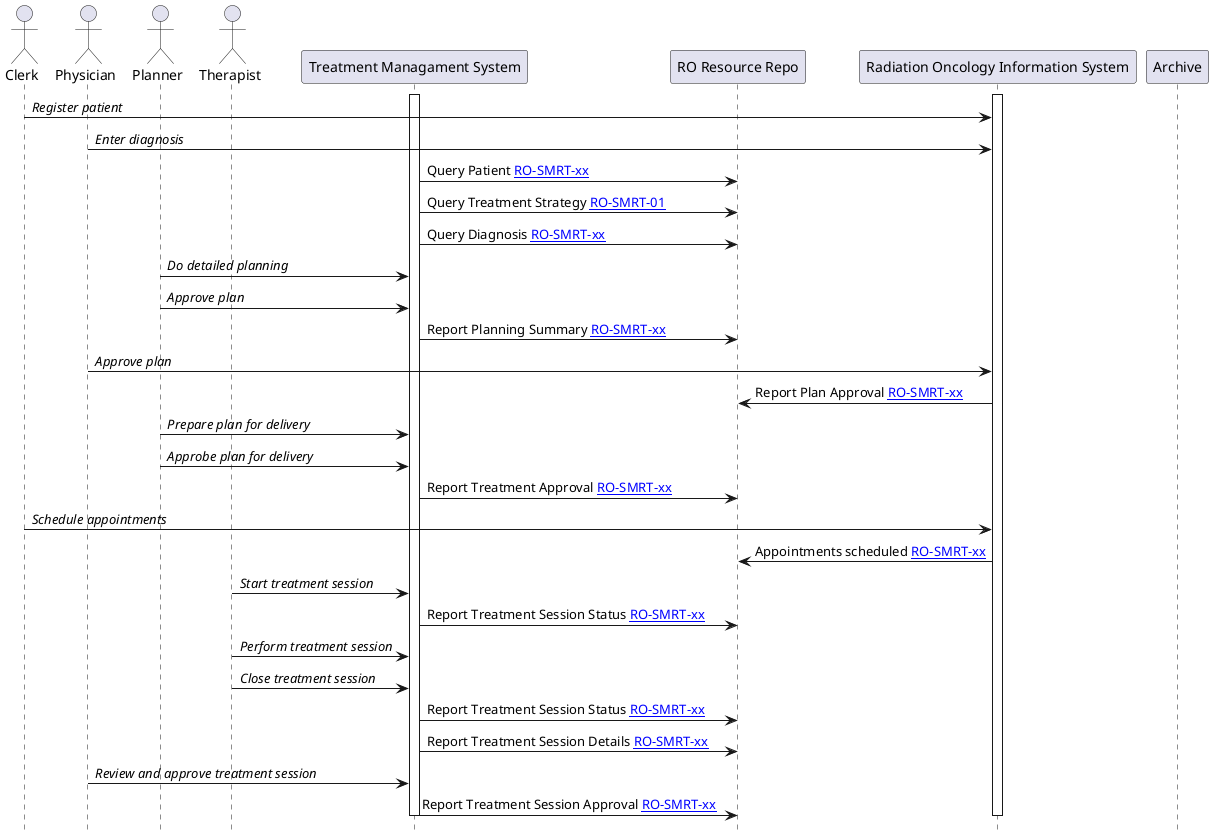
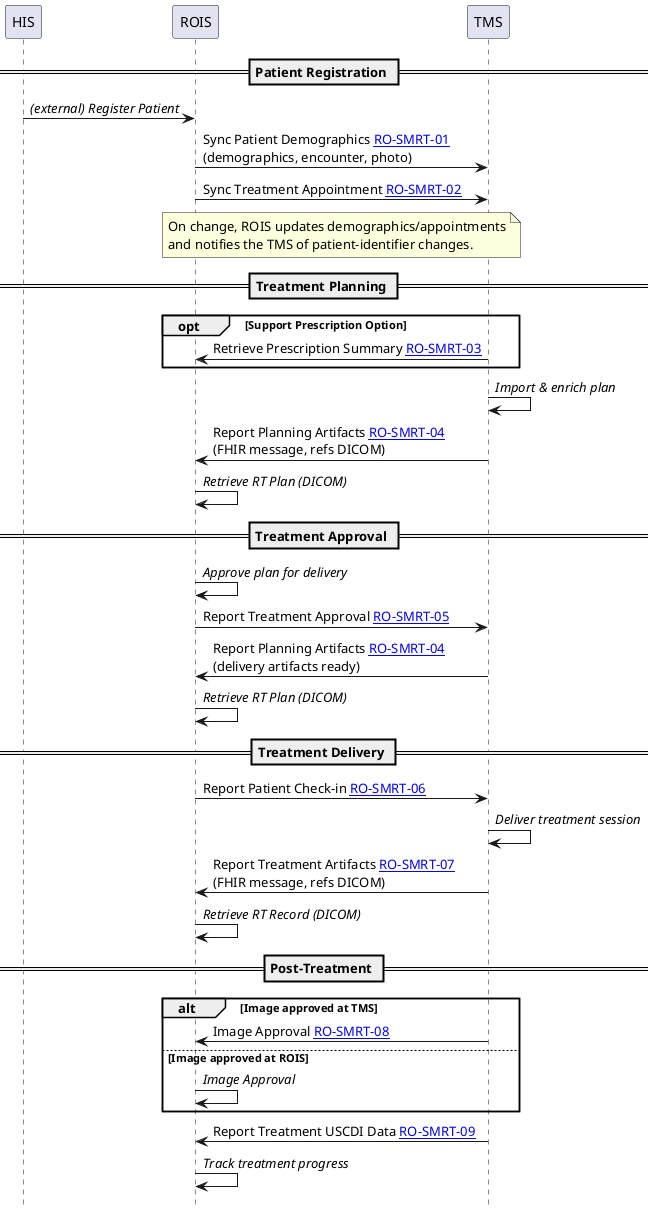
@startuml
skinparam svgDimensionStyle true
hide footbox

- actor "Clerk" as Clerk
- actor "Physician" as Physician
- actor "Planner" as Planner
- actor "Therapist" as Therapist
+ participant "HIS" as HIS
+ participant "ROIS" as ROIS
+ participant "TMS" as TMS

- participant "Treatment Managament System" as TMS
- participant "RO Resource Repo" as REPO
- participant "Radiation Oncology Information System" as ROIS
- participant "Archive" as ARCH
+ == Patient Registration ==
+ HIS -> ROIS : //(external) Register Patient//
+ ROIS -> TMS : Sync Patient Demographics [[RO-SMRT-01.html RO-SMRT-01]]\n(demographics, encounter, photo)
+ ROIS -> TMS : Sync Treatment Appointment [[RO-SMRT-01.html RO-SMRT-02]]
+ note over ROIS, TMS: On change, ROIS updates demographics/appointments\nand notifies the TMS of patient-identifier changes.

- activate "TMS"
- activate "ROIS"
- Clerk -> ROIS : //Register patient//
- Physician -> ROIS : //Enter diagnosis//
- TMS -> REPO : Query Patient [[RO-SMRT-xx.html RO-SMRT-xx]]
- TMS -> REPO : Query Treatment Strategy [[RO-SMRT-01.html RO-SMRT-01]]
- TMS -> REPO : Query Diagnosis [[RO-SMRT-xx.html RO-SMRT-xx]]
- Planner -> TMS : //Do detailed planning//
- Planner -> TMS : //Approve plan//
- TMS -> REPO : Report Planning Summary [[RO-SMRT-xx.html RO-SMRT-xx]]
- Physician -> ROIS : //Approve plan//
- ROIS -> REPO : Report Plan Approval [[RO-SMRT-xx.html RO-SMRT-xx]]
- Planner -> TMS : //Prepare plan for delivery//
- Planner -> TMS : //Approbe plan for delivery//
- TMS -> REPO : Report Treatment Approval [[RO-SMRT-xx.html RO-SMRT-xx]]
- Clerk -> ROIS : //Schedule appointments//
- ROIS -> REPO : Appointments scheduled [[RO-SMRT-xx.html RO-SMRT-xx]]
- Therapist -> TMS : //Start treatment session//
- TMS -> REPO : Report Treatment Session Status [[RO-SMRT-xx.html RO-SMRT-xx]]
- Therapist -> TMS : //Perform treatment session//
- Therapist -> TMS : //Close treatment session//
- TMS -> REPO : Report Treatment Session Status [[RO-SMRT-xx.html RO-SMRT-xx]]
- TMS -> REPO : Report Treatment Session Details [[RO-SMRT-xx.html RO-SMRT-xx]]
- Physician -> TMS : //Review and approve treatment session//
- TMS -> REPO : Report Treatment Session Approval [[RO-SMRT-xx.html RO-SMRT-xx]]
- deactivate "TMS"
- deactivate "ROIS"
+ == Treatment Planning ==
+ opt Support Prescription Option
+   TMS -> ROIS : Retrieve Prescription Summary [[RO-SMRT-01.html RO-SMRT-03]]
+ end
+ TMS -> TMS : //Import & enrich plan//
+ TMS -> ROIS : Report Planning Artifacts [[RO-SMRT-01.html RO-SMRT-04]]\n(FHIR message, refs DICOM)
+ ROIS -> ROIS : //Retrieve RT Plan (DICOM)//
+ 
+ == Treatment Approval ==
+ ROIS -> ROIS : //Approve plan for delivery//
+ ROIS -> TMS : Report Treatment Approval [[RO-SMRT-01.html RO-SMRT-05]]
+ TMS -> ROIS : Report Planning Artifacts [[RO-SMRT-01.html RO-SMRT-04]]\n(delivery artifacts ready)
+ ROIS -> ROIS : //Retrieve RT Plan (DICOM)//
+ 
+ == Treatment Delivery ==
+ ROIS -> TMS : Report Patient Check-in [[RO-SMRT-01.html RO-SMRT-06]]
+ TMS -> TMS : //Deliver treatment session//
+ TMS -> ROIS : Report Treatment Artifacts [[RO-SMRT-01.html RO-SMRT-07]]\n(FHIR message, refs DICOM)
+ ROIS -> ROIS : //Retrieve RT Record (DICOM)//
+ 
+ == Post-Treatment ==
+ alt Image approved at TMS
+   TMS -> ROIS : Image Approval [[RO-SMRT-01.html RO-SMRT-08]]
+ else Image approved at ROIS
+   ROIS -> ROIS : //Image Approval//
+ end
+ TMS -> ROIS : Report Treatment USCDI Data [[RO-SMRT-01.html RO-SMRT-09]]
+ ROIS -> ROIS : //Track treatment progress//
@enduml
